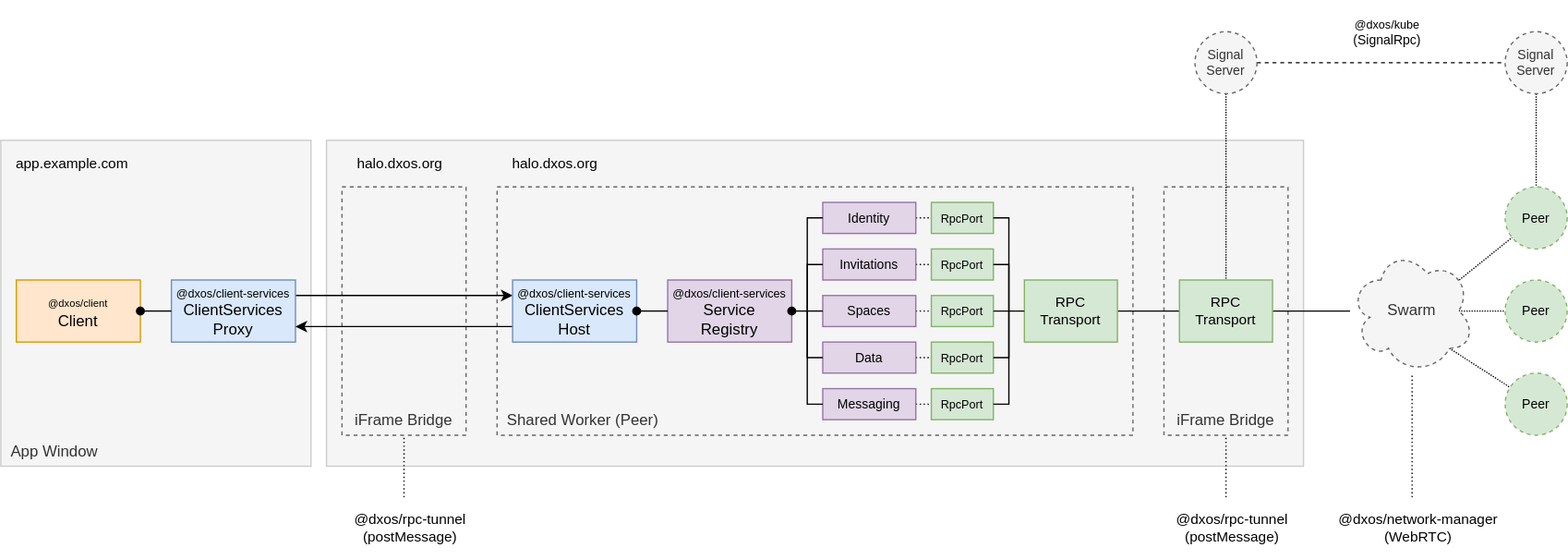
Above: docs/docs/design/diagrams/client-services.drawio.svg in dxos/dxos (draw.io), before the change. Source tidied: cells renumbered, new cells last; positions are measured from the earlier drawing's top-left corner, leaving out a move shared by most shapes.
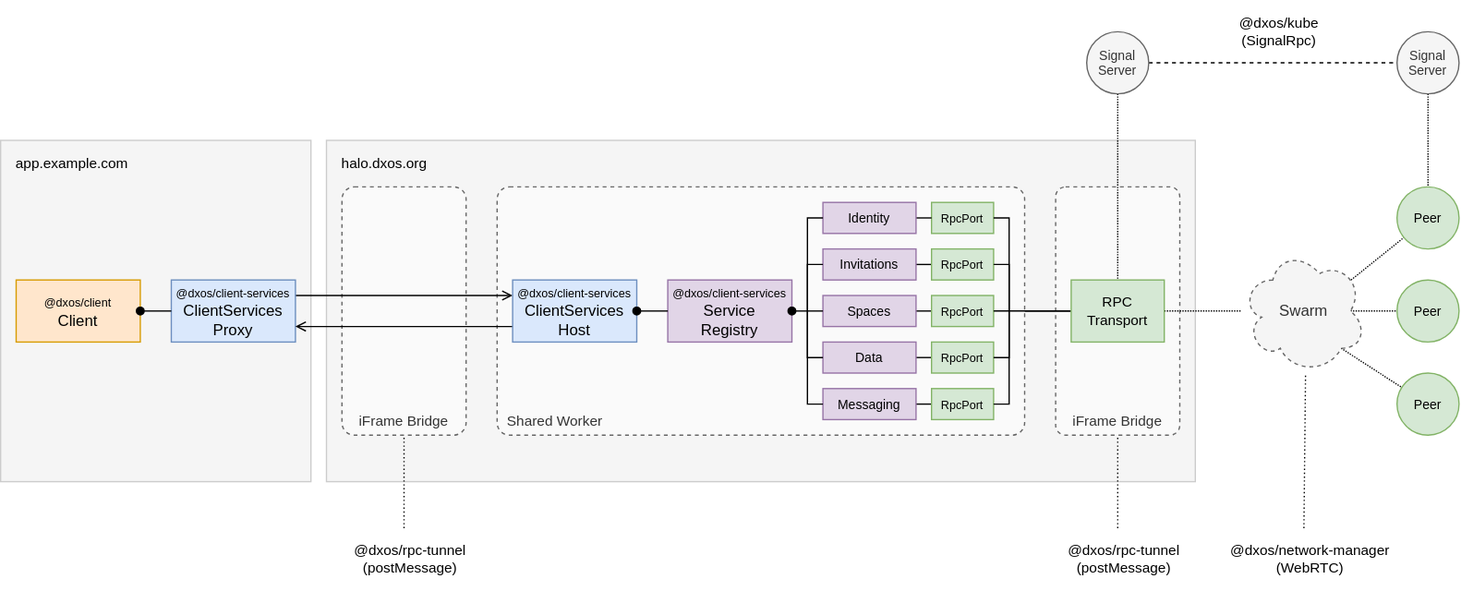
The same file after the commit.

Diff of the diagram source:
```diff
@@ -3,36 +3,39 @@
     <mxCell id="0" />
     <mxCell id="1" parent="0" />
     <mxCell id="2" style="rounded=0;whiteSpace=wrap;html=1;fillColor=#f5f5f5;fontColor=#333333;strokeColor=#CCCCCC;verticalAlign=bottom;spacingBottom=4;spacingTop=4;align=center;spacing=0;spacingRight=8;spacingLeft=8;" parent="1" vertex="1">
-      <mxGeometry x="252" y="108" width="756" height="252" as="geometry" />
+      <mxGeometry x="252" y="108" width="672" height="264" as="geometry" />
     </mxCell>
-    <mxCell id="3" value="iFrame Bridge" style="rounded=0;whiteSpace=wrap;html=1;fillColor=#f5f5f5;fontColor=#333333;strokeColor=#666666;verticalAlign=bottom;spacingBottom=4;spacingTop=4;align=center;spacing=0;spacingRight=8;spacingLeft=8;dashed=1;" parent="1" vertex="1">
-      <mxGeometry x="900" y="144" width="96" height="192" as="geometry" />
+    <mxCell id="3" value="iFrame Bridge" style="rounded=1;whiteSpace=wrap;html=1;fillColor=#FAFAFA;fontColor=#333333;strokeColor=#666666;verticalAlign=bottom;spacingBottom=4;spacingTop=4;align=center;spacing=0;spacingRight=8;spacingLeft=8;dashed=1;fontSize=11;arcSize=8;" parent="1" vertex="1">
+      <mxGeometry x="816" y="144" width="96" height="192" as="geometry" />
     </mxCell>
-    <mxCell id="4" value="iFrame Bridge" style="rounded=0;whiteSpace=wrap;html=1;fillColor=#f5f5f5;fontColor=#333333;strokeColor=#666666;verticalAlign=bottom;spacingBottom=4;spacingTop=4;align=center;spacing=0;spacingRight=8;spacingLeft=8;dashed=1;" parent="1" vertex="1">
+    <mxCell id="4" value="iFrame Bridge" style="rounded=1;whiteSpace=wrap;html=1;fillColor=#FAFAFA;fontColor=#333333;strokeColor=#666666;verticalAlign=bottom;spacingBottom=4;spacingTop=4;align=center;spacing=0;spacingRight=8;spacingLeft=8;dashed=1;fontSize=11;arcSize=10;" parent="1" vertex="1">
       <mxGeometry x="264" y="144" width="96" height="192" as="geometry" />
     </mxCell>
-    <mxCell id="5" style="edgeStyle=none;html=1;fontSize=10;startArrow=none;startFill=0;endArrow=none;endFill=0;exitX=1;exitY=0.5;exitDx=0;exitDy=0;" parent="1" edge="1" source="46" target="27">
+    <mxCell id="5" style="edgeStyle=none;html=1;fontSize=10;startArrow=none;startFill=0;endArrow=none;endFill=0;exitX=1;exitY=0.5;exitDx=0;exitDy=0;dashed=1;dashPattern=1 1;" parent="1" edge="1" source="46" target="27">
       <mxGeometry relative="1" as="geometry" />
     </mxCell>
+    <mxCell id="62" style="edgeStyle=none;html=1;fontSize=11;startArrow=none;startFill=0;endArrow=none;endFill=0;" parent="1" edge="1" source="6" target="46">
+      <mxGeometry relative="1" as="geometry" />
+    </mxCell>
-    <mxCell id="6" value="Shared Worker (Peer)" style="rounded=0;whiteSpace=wrap;html=1;fillColor=#f5f5f5;fontColor=#333333;strokeColor=#666666;verticalAlign=bottom;spacingBottom=4;spacingTop=4;align=left;spacing=0;spacingRight=8;spacingLeft=8;dashed=1;" parent="1" vertex="1">
-      <mxGeometry x="384" y="144" width="492" height="192" as="geometry" />
+    <mxCell id="6" value="Shared Worker" style="rounded=1;whiteSpace=wrap;html=1;fillColor=#FAFAFA;fontColor=#333333;strokeColor=#666666;verticalAlign=bottom;spacingBottom=4;spacingTop=4;align=left;spacing=0;spacingRight=8;spacingLeft=8;dashed=1;fontSize=11;perimeterSpacing=0;arcSize=5;" parent="1" vertex="1">
+      <mxGeometry x="384" y="144" width="408" height="192" as="geometry" />
     </mxCell>
-    <mxCell id="7" value="App Window" style="rounded=0;whiteSpace=wrap;html=1;fillColor=#f5f5f5;fontColor=#333333;strokeColor=#CCCCCC;verticalAlign=bottom;spacingBottom=4;spacingTop=4;align=left;spacing=0;spacingRight=8;spacingLeft=8;" parent="1" vertex="1">
-      <mxGeometry y="108" width="240" height="252" as="geometry" />
+    <mxCell id="7" style="rounded=0;whiteSpace=wrap;html=1;fillColor=#f5f5f5;fontColor=#333333;strokeColor=#CCCCCC;verticalAlign=bottom;spacingBottom=4;spacingTop=4;align=left;spacing=0;spacingRight=8;spacingLeft=8;" parent="1" vertex="1">
+      <mxGeometry y="108" width="240" height="264" as="geometry" />
     </mxCell>
     <mxCell id="8" value="&lt;font style=&quot;font-size: 11px;&quot;&gt;@dxos/network-manager&lt;/font&gt;&lt;br style=&quot;font-size: 11px;&quot;&gt;(WebRTC)" style="rounded=0;whiteSpace=wrap;html=1;dashed=1;align=center;spacingLeft=10;strokeColor=none;fillColor=none;fontSize=11;" parent="1" vertex="1">
-      <mxGeometry x="1020" y="384" width="144" height="48" as="geometry" />
+      <mxGeometry x="936" y="408" width="144" height="48" as="geometry" />
     </mxCell>
-    <mxCell id="9" value="&lt;font style=&quot;font-size: 8px&quot;&gt;@dxos/client&lt;br&gt;&lt;/font&gt;Client" style="rounded=0;whiteSpace=wrap;html=1;fillColor=#ffe6cc;strokeColor=#d79b00;" parent="1" vertex="1">
+    <mxCell id="9" value="&lt;font style=&quot;font-size: 9px&quot;&gt;@dxos/client&lt;br&gt;&lt;/font&gt;Client" style="rounded=0;whiteSpace=wrap;html=1;fillColor=#ffe6cc;strokeColor=#d79b00;" parent="1" vertex="1">
       <mxGeometry x="12" y="216" width="96" height="48" as="geometry" />
     </mxCell>
-    <mxCell id="10" style="edgeStyle=none;html=1;exitX=1;exitY=0.25;exitDx=0;exitDy=0;entryX=0;entryY=0.25;entryDx=0;entryDy=0;fontSize=8;" parent="1" edge="1" source="11" target="13">
+    <mxCell id="10" style="edgeStyle=none;html=1;exitX=1;exitY=0.25;exitDx=0;exitDy=0;entryX=0;entryY=0.25;entryDx=0;entryDy=0;fontSize=8;endArrow=open;endFill=0;" parent="1" edge="1" source="11" target="13">
       <mxGeometry relative="1" as="geometry" />
     </mxCell>
     <mxCell id="11" value="&lt;font style=&quot;font-size: 9px&quot;&gt;@dxos/client-services&lt;br&gt;&lt;/font&gt;ClientServices&lt;br&gt;Proxy" style="rounded=0;whiteSpace=wrap;html=1;fillColor=#dae8fc;strokeColor=#6c8ebf;" parent="1" vertex="1">
       <mxGeometry x="132" y="216" width="96" height="48" as="geometry" />
     </mxCell>
-    <mxCell id="12" style="edgeStyle=none;html=1;exitX=0;exitY=0.75;exitDx=0;exitDy=0;entryX=1;entryY=0.75;entryDx=0;entryDy=0;fontSize=8;" parent="1" edge="1" source="13" target="11">
+    <mxCell id="12" style="edgeStyle=none;html=1;exitX=0;exitY=0.75;exitDx=0;exitDy=0;entryX=1;entryY=0.75;entryDx=0;entryDy=0;fontSize=8;endArrow=open;endFill=0;" parent="1" edge="1" source="13" target="11">
       <mxGeometry relative="1" as="geometry" />
     </mxCell>
     <mxCell id="13" value="&lt;font style=&quot;font-size: 9px&quot;&gt;@dxos/client-services&lt;br&gt;&lt;/font&gt;ClientServices&lt;br&gt;Host" style="rounded=0;whiteSpace=wrap;html=1;fillColor=#dae8fc;strokeColor=#6c8ebf;" parent="1" vertex="1">
@@ -47,19 +50,19 @@
     <mxCell id="16" style="edgeStyle=none;html=1;exitX=1;exitY=0.5;exitDx=0;exitDy=0;entryX=0;entryY=0.5;entryDx=0;entryDy=0;fontSize=8;startArrow=oval;startFill=1;endArrow=none;endFill=0;" parent="1" edge="1" source="9" target="11">
       <mxGeometry relative="1" as="geometry" />
     </mxCell>
-    <mxCell id="17" style="edgeStyle=none;html=1;exitX=1;exitY=0.5;exitDx=0;exitDy=0;entryX=0;entryY=0.5;entryDx=0;entryDy=0;dashed=1;dashPattern=1 2;fontSize=10;startArrow=none;startFill=0;endArrow=none;endFill=0;" parent="1" edge="1" source="18" target="14">
+    <mxCell id="17" style="edgeStyle=none;html=1;exitX=1;exitY=0.5;exitDx=0;exitDy=0;entryX=0;entryY=0.5;entryDx=0;entryDy=0;fontSize=10;startArrow=none;startFill=0;endArrow=none;endFill=0;" parent="1" edge="1" source="18" target="14">
       <mxGeometry relative="1" as="geometry" />
     </mxCell>
     <mxCell id="18" value="Identity" style="rounded=0;whiteSpace=wrap;html=1;fontSize=10;fillColor=#e1d5e7;strokeColor=#9673a6;" parent="1" vertex="1">
       <mxGeometry x="636" y="156" width="72" height="24" as="geometry" />
     </mxCell>
-    <mxCell id="19" style="edgeStyle=none;html=1;exitX=1;exitY=0.5;exitDx=0;exitDy=0;dashed=1;dashPattern=1 2;fontSize=10;startArrow=none;startFill=0;endArrow=none;endFill=0;" parent="1" edge="1" source="20" target="28">
+    <mxCell id="19" style="edgeStyle=none;html=1;exitX=1;exitY=0.5;exitDx=0;exitDy=0;fontSize=10;startArrow=none;startFill=0;endArrow=none;endFill=0;" parent="1" edge="1" source="20" target="28">
       <mxGeometry relative="1" as="geometry" />
     </mxCell>
     <mxCell id="20" value="Invitations" style="rounded=0;whiteSpace=wrap;html=1;fontSize=10;fillColor=#e1d5e7;strokeColor=#9673a6;" parent="1" vertex="1">
       <mxGeometry x="636" y="192" width="72" height="24" as="geometry" />
     </mxCell>
-    <mxCell id="21" style="edgeStyle=none;html=1;exitX=1;exitY=0.5;exitDx=0;exitDy=0;dashed=1;dashPattern=1 2;fontSize=10;startArrow=none;startFill=0;endArrow=none;endFill=0;" parent="1" edge="1" source="22" target="29">
+    <mxCell id="21" style="edgeStyle=none;html=1;exitX=1;exitY=0.5;exitDx=0;exitDy=0;fontSize=10;startArrow=none;startFill=0;endArrow=none;endFill=0;" parent="1" edge="1" source="22" target="29">
       <mxGeometry relative="1" as="geometry" />
     </mxCell>
     <mxCell id="22" value="Spaces" style="rounded=0;whiteSpace=wrap;html=1;fontSize=10;fillColor=#e1d5e7;strokeColor=#9673a6;" parent="1" vertex="1">
@@ -78,7 +81,7 @@
       <mxGeometry relative="1" as="geometry" />
     </mxCell>
     <mxCell id="27" value="Swarm" style="ellipse;shape=cloud;whiteSpace=wrap;html=1;dashed=1;fillColor=#f5f5f5;fontColor=#333333;strokeColor=#666666;" parent="1" vertex="1">
-      <mxGeometry x="1044" y="192" width="96" height="96" as="geometry" />
+      <mxGeometry x="960" y="192" width="96" height="96" as="geometry" />
     </mxCell>
     <mxCell id="28" value="&lt;font style=&quot;font-size: 9px&quot;&gt;RpcPort&lt;/font&gt;" style="rounded=0;whiteSpace=wrap;html=1;fillColor=#d5e8d4;strokeColor=#82b366;" parent="1" vertex="1">
       <mxGeometry x="720" y="192" width="48" height="24" as="geometry" />
@@ -86,13 +89,13 @@
     <mxCell id="29" value="&lt;font style=&quot;font-size: 9px&quot;&gt;RpcPort&lt;/font&gt;" style="rounded=0;whiteSpace=wrap;html=1;fillColor=#d5e8d4;strokeColor=#82b366;" parent="1" vertex="1">
       <mxGeometry x="720" y="228" width="48" height="24" as="geometry" />
     </mxCell>
-    <mxCell id="30" style="edgeStyle=none;html=1;exitX=1;exitY=0.5;exitDx=0;exitDy=0;dashed=1;dashPattern=1 2;fontSize=10;startArrow=none;startFill=0;endArrow=none;endFill=0;" parent="1" edge="1" source="31" target="35">
+    <mxCell id="30" style="edgeStyle=none;html=1;exitX=1;exitY=0.5;exitDx=0;exitDy=0;fontSize=10;startArrow=none;startFill=0;endArrow=none;endFill=0;" parent="1" edge="1" source="31" target="35">
       <mxGeometry relative="1" as="geometry" />
     </mxCell>
     <mxCell id="31" value="Messaging" style="rounded=0;whiteSpace=wrap;html=1;fontSize=10;fillColor=#e1d5e7;strokeColor=#9673a6;" parent="1" vertex="1">
       <mxGeometry x="636" y="300" width="72" height="24" as="geometry" />
     </mxCell>
-    <mxCell id="32" style="edgeStyle=none;html=1;exitX=1;exitY=0.5;exitDx=0;exitDy=0;dashed=1;dashPattern=1 2;fontSize=10;startArrow=none;startFill=0;endArrow=none;endFill=0;" parent="1" edge="1" source="33" target="34">
+    <mxCell id="32" style="edgeStyle=none;html=1;exitX=1;exitY=0.5;exitDx=0;exitDy=0;fontSize=10;startArrow=none;startFill=0;endArrow=none;endFill=0;" parent="1" edge="1" source="33" target="34">
       <mxGeometry relative="1" as="geometry" />
     </mxCell>
     <mxCell id="33" value="Data" style="rounded=0;whiteSpace=wrap;html=1;fontSize=10;fillColor=#e1d5e7;strokeColor=#9673a6;" parent="1" vertex="1">
@@ -124,23 +127,14 @@
       </mxGeometry>
     </mxCell>
     <mxCell id="39" value="&lt;font style=&quot;font-size: 11px;&quot;&gt;@dxos/rpc-tunnel&lt;br style=&quot;font-size: 11px;&quot;&gt;&lt;/font&gt;(postMessage)" style="rounded=0;whiteSpace=wrap;html=1;dashed=1;align=center;spacingLeft=10;strokeColor=none;fillColor=none;fontSize=11;" parent="1" vertex="1">
-      <mxGeometry x="252" y="384" width="120" height="48" as="geometry" />
+      <mxGeometry x="252" y="408" width="120" height="48" as="geometry" />
     </mxCell>
-    <mxCell id="40" style="edgeStyle=none;html=1;exitX=1;exitY=0.5;exitDx=0;exitDy=0;fontSize=10;startArrow=none;startFill=0;endArrow=none;endFill=0;" parent="1" edge="1" source="41" target="46">
+    <mxCell id="40" style="edgeStyle=none;html=1;fontSize=10;startArrow=none;startFill=0;endArrow=none;endFill=0;" parent="1" edge="1" source="29" target="46">
       <mxGeometry relative="1" as="geometry" />
     </mxCell>
-    <mxCell id="41" value="&lt;font style=&quot;font-size: 11px;&quot;&gt;RPC&lt;br style=&quot;font-size: 11px;&quot;&gt;Transport&lt;br style=&quot;font-size: 11px;&quot;&gt;&lt;/font&gt;" style="rounded=0;whiteSpace=wrap;html=1;fillColor=#d5e8d4;strokeColor=#82b366;fontSize=11;" parent="1" vertex="1">
-      <mxGeometry x="792" y="216" width="72" height="48" as="geometry" />
-    </mxCell>
     <mxCell id="42" style="edgeStyle=none;html=1;fontSize=8;endArrow=none;endFill=0;dashed=1;dashPattern=1 2;exitX=0.5;exitY=0;exitDx=0;exitDy=0;entryX=0.5;entryY=1;entryDx=0;entryDy=0;" parent="1" edge="1" source="39" target="4">
       <mxGeometry relative="1" as="geometry" />
     </mxCell>
-    <mxCell id="43" style="edgeStyle=none;html=1;fontSize=9;startArrow=none;startFill=0;endArrow=none;endFill=0;" parent="1" edge="1">
-      <mxGeometry relative="1" as="geometry">
-        <mxPoint x="792" y="240" as="sourcePoint" />
-        <mxPoint x="768" y="240" as="targetPoint" />
-      </mxGeometry>
-    </mxCell>
     <mxCell id="44" style="edgeStyle=none;html=1;startArrow=none;startFill=0;endArrow=none;endFill=0;rounded=0;" parent="1" edge="1">
       <mxGeometry relative="1" as="geometry">
         <mxPoint x="768" y="168" as="sourcePoint" />
@@ -162,25 +156,25 @@
       </mxGeometry>
     </mxCell>
     <mxCell id="46" value="&lt;font style=&quot;font-size: 11px;&quot;&gt;RPC&lt;br style=&quot;font-size: 11px;&quot;&gt;Transport&lt;br style=&quot;font-size: 11px;&quot;&gt;&lt;/font&gt;" style="rounded=0;whiteSpace=wrap;html=1;fillColor=#d5e8d4;strokeColor=#82b366;fontSize=11;" parent="1" vertex="1">
-      <mxGeometry x="912" y="216" width="72" height="48" as="geometry" />
+      <mxGeometry x="828" y="216" width="72" height="48" as="geometry" />
     </mxCell>
     <mxCell id="47" style="edgeStyle=none;html=1;fontSize=8;endArrow=none;endFill=0;dashed=1;dashPattern=1 2;exitX=0.5;exitY=0;exitDx=0;exitDy=0;" parent="1" edge="1" source="8" target="27">
       <mxGeometry relative="1" as="geometry" />
     </mxCell>
     <mxCell id="48" value="&lt;font style=&quot;font-size: 11px;&quot;&gt;@dxos/rpc-tunnel&lt;br style=&quot;font-size: 11px;&quot;&gt;&lt;/font&gt;(postMessage)" style="rounded=0;whiteSpace=wrap;html=1;dashed=1;align=center;spacingLeft=10;strokeColor=none;fillColor=none;fontSize=11;" parent="1" vertex="1">
-      <mxGeometry x="888" y="384" width="120" height="48" as="geometry" />
+      <mxGeometry x="804" y="408" width="120" height="48" as="geometry" />
     </mxCell>
     <mxCell id="49" style="edgeStyle=none;html=1;fontSize=8;endArrow=none;endFill=0;dashed=1;dashPattern=1 2;" parent="1" edge="1" source="48" target="3">
       <mxGeometry relative="1" as="geometry" />
     </mxCell>
-    <mxCell id="50" value="Peer" style="ellipse;whiteSpace=wrap;html=1;dashed=1;fontSize=10;fillColor=#d5e8d4;strokeColor=#82b366;" parent="1" vertex="1">
-      <mxGeometry x="1164" y="216" width="48" height="48" as="geometry" />
+    <mxCell id="50" value="Peer" style="ellipse;whiteSpace=wrap;html=1;fontSize=10;fillColor=#d5e8d4;strokeColor=#82b366;" parent="1" vertex="1">
+      <mxGeometry x="1080" y="216" width="48" height="48" as="geometry" />
     </mxCell>
-    <mxCell id="51" value="Peer" style="ellipse;whiteSpace=wrap;html=1;dashed=1;fontSize=10;fillColor=#d5e8d4;strokeColor=#82b366;" parent="1" vertex="1">
-      <mxGeometry x="1164" y="144" width="48" height="48" as="geometry" />
+    <mxCell id="51" value="Peer" style="ellipse;whiteSpace=wrap;html=1;fontSize=10;fillColor=#d5e8d4;strokeColor=#82b366;" parent="1" vertex="1">
+      <mxGeometry x="1080" y="144" width="48" height="48" as="geometry" />
     </mxCell>
-    <mxCell id="52" value="Peer" style="ellipse;whiteSpace=wrap;html=1;dashed=1;fontSize=10;fillColor=#d5e8d4;strokeColor=#82b366;" parent="1" vertex="1">
-      <mxGeometry x="1164" y="288" width="48" height="48" as="geometry" />
+    <mxCell id="52" value="Peer" style="ellipse;whiteSpace=wrap;html=1;fontSize=10;fillColor=#d5e8d4;strokeColor=#82b366;" parent="1" vertex="1">
+      <mxGeometry x="1080" y="288" width="48" height="48" as="geometry" />
     </mxCell>
     <mxCell id="53" style="edgeStyle=none;html=1;exitX=0.5;exitY=1;exitDx=0;exitDy=0;dashed=1;dashPattern=1 1;fontSize=9;startArrow=none;startFill=0;endArrow=none;endFill=0;" parent="1" edge="1" source="55" target="46">
       <mxGeometry relative="1" as="geometry" />
@@ -188,26 +182,23 @@
     <mxCell id="54" style="edgeStyle=none;html=1;exitX=1;exitY=0.5;exitDx=0;exitDy=0;dashed=1;fontSize=9;startArrow=none;startFill=0;endArrow=none;endFill=0;" parent="1" edge="1" source="55" target="57">
       <mxGeometry relative="1" as="geometry" />
     </mxCell>
-    <mxCell id="55" value="Signal&lt;br&gt;Server" style="ellipse;whiteSpace=wrap;html=1;dashed=1;fontSize=10;fillColor=#f5f5f5;strokeColor=#666666;fontColor=#333333;" parent="1" vertex="1">
-      <mxGeometry x="924" y="24" width="48" height="48" as="geometry" />
+    <mxCell id="55" value="Signal&lt;br&gt;Server" style="ellipse;whiteSpace=wrap;html=1;fontSize=10;fillColor=#f5f5f5;strokeColor=#666666;fontColor=#333333;" parent="1" vertex="1">
+      <mxGeometry x="840" y="24" width="48" height="48" as="geometry" />
     </mxCell>
     <mxCell id="56" style="edgeStyle=none;html=1;exitX=0.5;exitY=1;exitDx=0;exitDy=0;dashed=1;dashPattern=1 1;fontSize=9;startArrow=none;startFill=0;endArrow=none;endFill=0;" parent="1" edge="1" source="57" target="51">
       <mxGeometry relative="1" as="geometry" />
     </mxCell>
-    <mxCell id="57" value="Signal&lt;br&gt;Server" style="ellipse;whiteSpace=wrap;html=1;dashed=1;fontSize=10;fillColor=#f5f5f5;strokeColor=#666666;fontColor=#333333;" parent="1" vertex="1">
-      <mxGeometry x="1164" y="24" width="48" height="48" as="geometry" />
+    <mxCell id="57" value="Signal&lt;br&gt;Server" style="ellipse;whiteSpace=wrap;html=1;fontSize=10;fillColor=#f5f5f5;strokeColor=#666666;fontColor=#333333;" parent="1" vertex="1">
+      <mxGeometry x="1080" y="24" width="48" height="48" as="geometry" />
     </mxCell>
-    <mxCell id="58" value="&lt;font style=&quot;font-size: 9px&quot;&gt;@dxos/kube&lt;/font&gt;&lt;br&gt;(SignalRpc)" style="rounded=0;whiteSpace=wrap;html=1;dashed=1;align=center;spacingLeft=10;strokeColor=none;fillColor=none;fontSize=10;" parent="1" vertex="1">
-      <mxGeometry x="1008" width="120" height="48" as="geometry" />
+    <mxCell id="58" value="&lt;font style=&quot;font-size: 11px;&quot;&gt;@dxos/kube&lt;/font&gt;&lt;br style=&quot;font-size: 11px;&quot;&gt;(SignalRpc)" style="rounded=0;whiteSpace=wrap;html=1;dashed=1;align=center;spacingLeft=10;strokeColor=none;fillColor=none;fontSize=11;" parent="1" vertex="1">
+      <mxGeometry x="924" width="120" height="48" as="geometry" />
     </mxCell>
     <mxCell id="59" value="app.example.com" style="rounded=0;whiteSpace=wrap;html=1;dashed=1;align=left;spacingLeft=10;strokeColor=none;fillColor=none;fontSize=11;" parent="1" vertex="1">
       <mxGeometry y="108" width="120" height="36" as="geometry" />
     </mxCell>
-    <mxCell id="60" value="halo.dxos.org" style="rounded=0;whiteSpace=wrap;html=1;dashed=1;align=left;spacingLeft=10;strokeColor=none;fillColor=none;fontSize=11;" parent="1" vertex="1">
-      <mxGeometry x="384" y="108" width="120" height="36" as="geometry" />
-    </mxCell>
     <mxCell id="61" value="halo.dxos.org" style="rounded=0;whiteSpace=wrap;html=1;dashed=1;align=left;spacingLeft=10;strokeColor=none;fillColor=none;fontSize=11;" parent="1" vertex="1">
-      <mxGeometry x="264" y="108" width="120" height="36" as="geometry" />
+      <mxGeometry x="252" y="108" width="120" height="36" as="geometry" />
     </mxCell>
   </root>
 </mxGraphModel>
```
